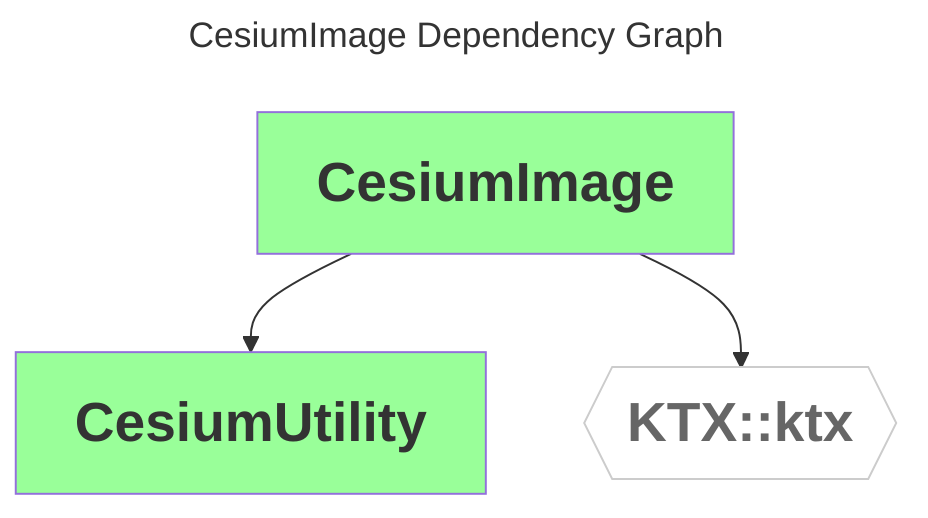
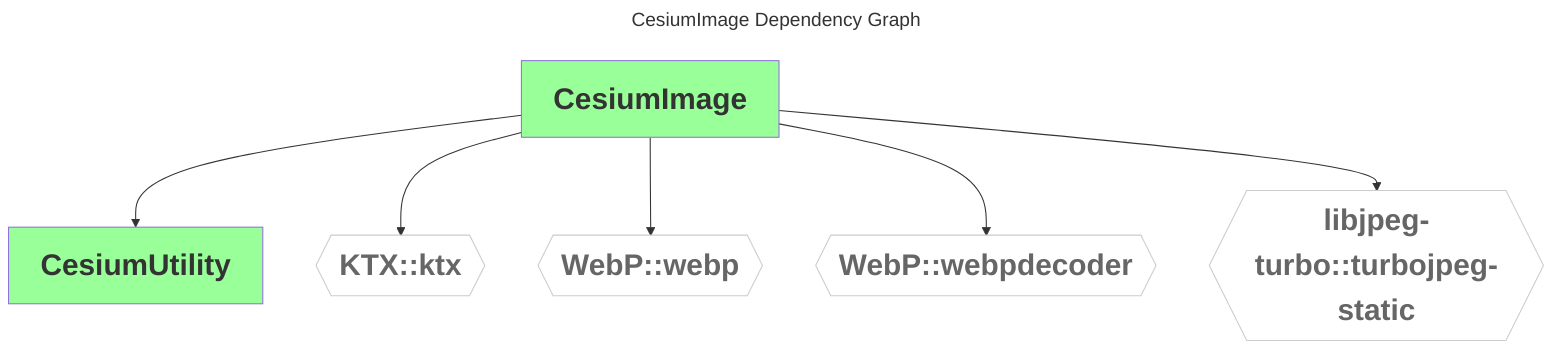
---
comment: This file was generated by dep-graph-gen. DO NOT EDIT THIS FILE!

title: CesiumImage Dependency Graph
---
graph TD
  classDef dependencyNode fill:#fff,stroke:#ccc,color:#666,font-weight:bold,font-size:28px
  classDef libraryNode fill:#9f9,font-weight:bold,font-size:28px
  CesiumImage[CesiumImage] --> CesiumUtility[CesiumUtility]
  CesiumImage[CesiumImage] --> KTX_ktx{{KTX::ktx}}
-   class KTX_ktx dependencyNode
+   CesiumImage[CesiumImage] --> WebP_webp{{WebP::webp}}
+   CesiumImage[CesiumImage] --> WebP_webpdecoder{{WebP::webpdecoder}}
+   CesiumImage[CesiumImage] --> libjpeg-turbo_turbojpeg-static{{libjpeg-turbo::turbojpeg-static}}
+   class KTX_ktx,WebP_webp,WebP_webpdecoder,libjpeg-turbo_turbojpeg-static dependencyNode
  class CesiumUtility,CesiumImage libraryNode
